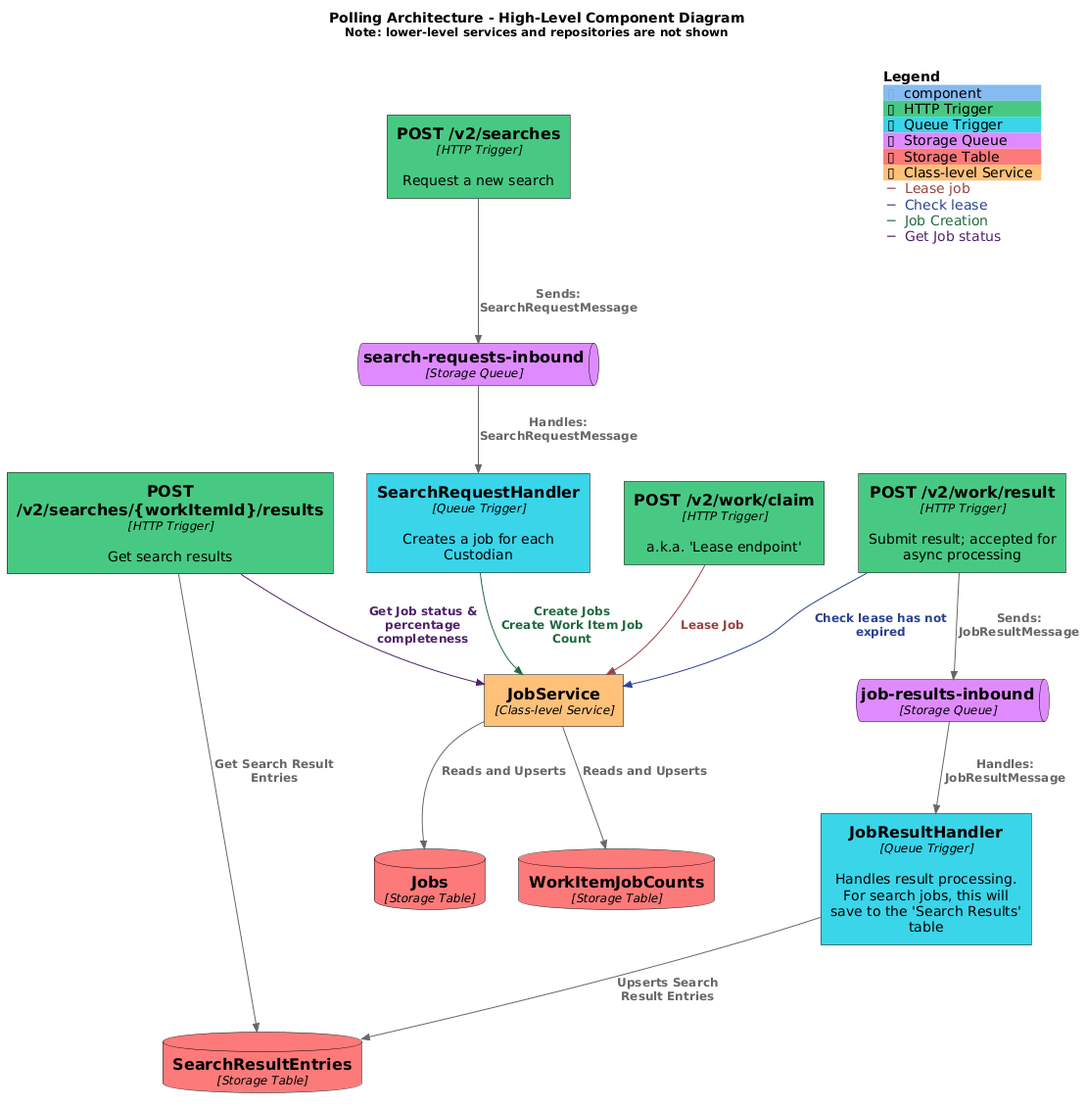
Before: Docs/Architecture models/generated/polling-architecture.png, a diagram exported from PlantUML (DFE-Digital/single-unique-identifier).
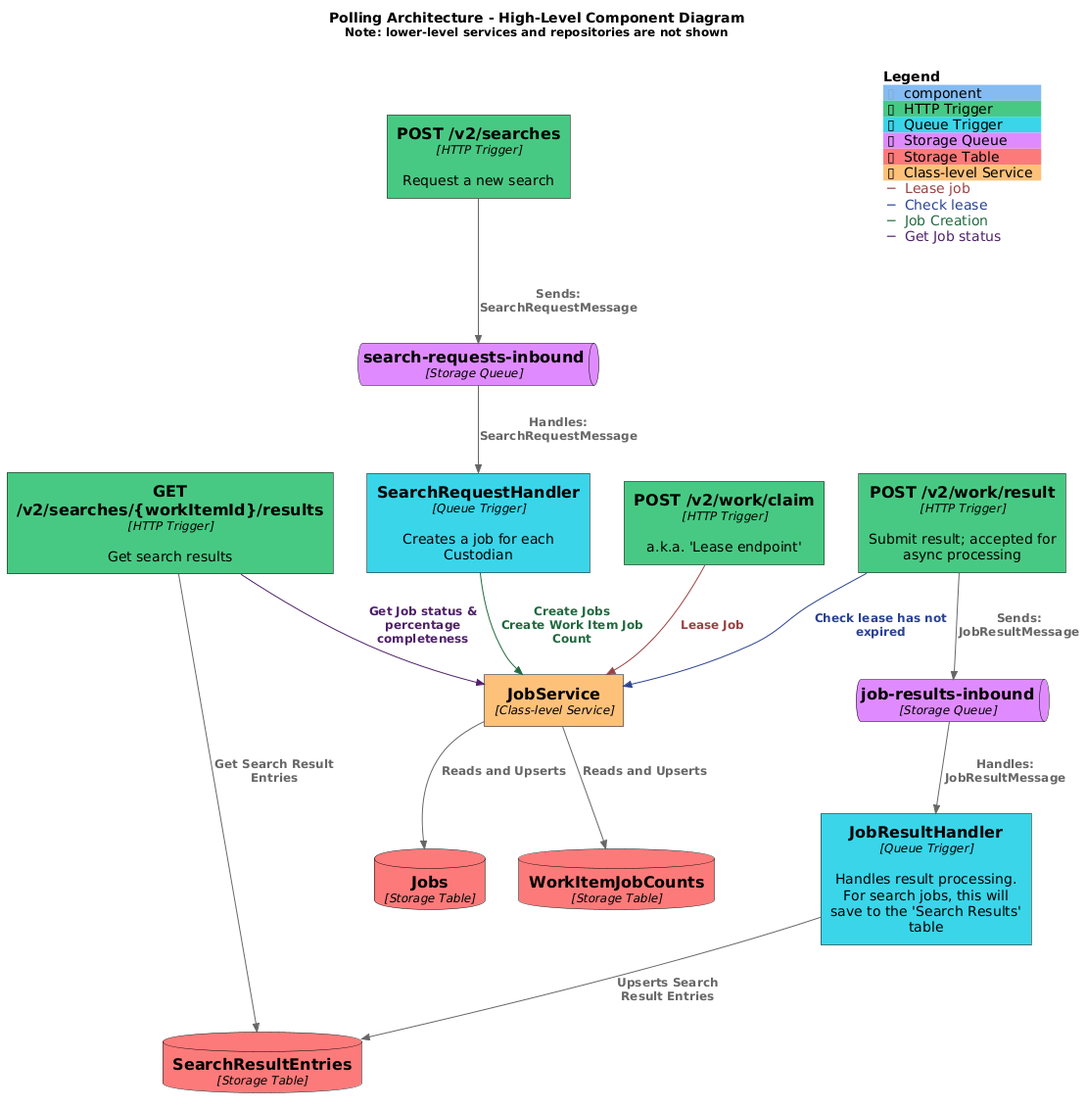
After the commit.

Commit message:
SUI-1542: code tidy related to Polling Architecture (#535)

What changed in the source:
```diff
@@ -1,4 +1,4 @@
-@startuml
+@startuml polling-architecture
 title Polling Architecture - High-Level Component Diagram\n<size:12>Note: lower-level services and repositories are not shown</size>
 
 !include https://raw.githubusercontent.com/plantuml-stdlib/C4-PlantUML/master/C4_Component.puml
@@ -49,7 +49,7 @@
 Rel(JobResultHandler, SearchResultEntriesTable, "Upserts Search Result Entries")
 
 
-Component(GetSearchResultsEndpoint, "POST /v2/searches/{workItemId}/results", "HTTP Trigger", "Get search results", $tags="HTTP Trigger")
+Component(GetSearchResultsEndpoint, "GET /v2/searches/{workItemId}/results", "HTTP Trigger", "Get search results", $tags="HTTP Trigger")
 Rel(GetSearchResultsEndpoint, JobsService, "Get Job status & percentage completeness", $tags="Get Job status")
 Rel(GetSearchResultsEndpoint, SearchResultEntriesTable, "Get Search Result Entries")
 
@@ -59,4 +59,6 @@
 
 SHOW_FLOATING_LEGEND()
 Lay_Distance(LEGEND(), SubmitResultEndpoint, 1)
+
+
 @enduml
```
